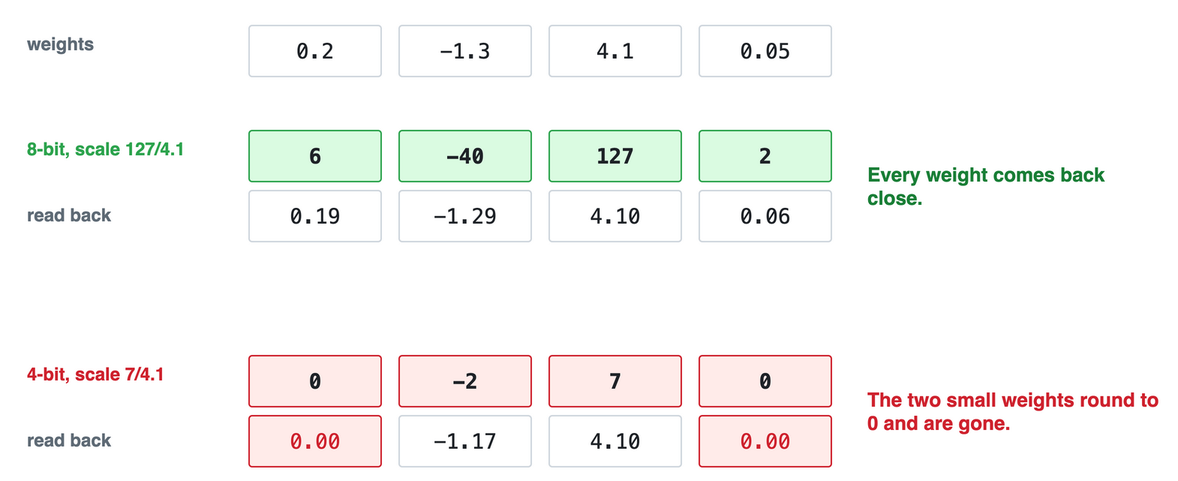
Earlier version of the draw.io export diagrams/quantization.drawio.png (jcanizalez/k8s-alert-triage). Source tidied: cells renumbered, new cells last; positions are measured from the earlier drawing's top-left corner, leaving out a move shared by most shapes.
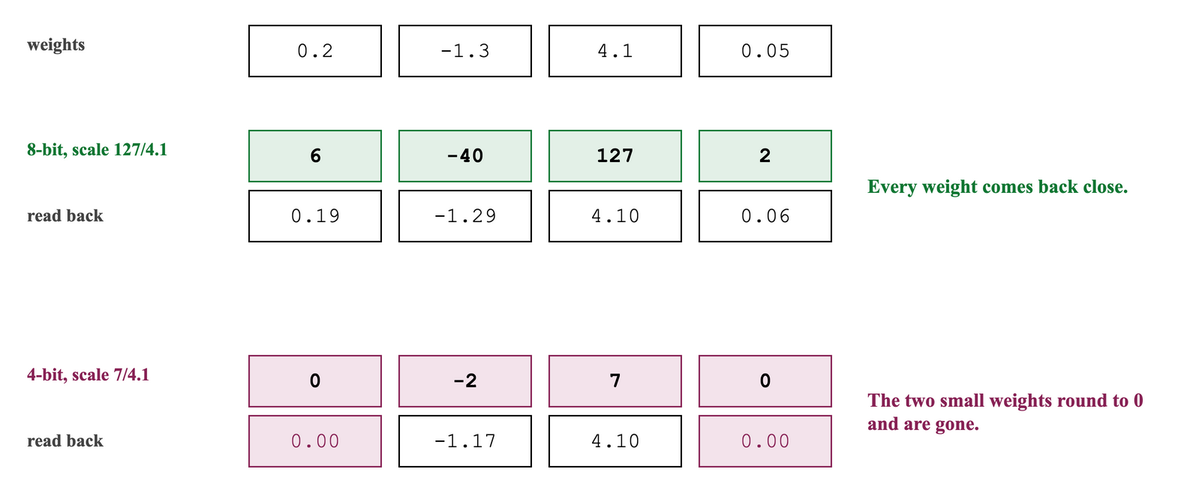
The same file after the commit.

Diff of the diagram source:
```diff
@@ -2,85 +2,85 @@
   <root>
     <mxCell id="0" />
     <mxCell id="1" parent="0" />
-    <mxCell id="2" value="weights" style="text;html=1;whiteSpace=wrap;fontColor=#5F6B76;fontSize=12;fontStyle=1;align=left;verticalAlign=middle;fontFamily=Helvetica;" parent="1" vertex="1">
+    <mxCell id="2" value="weights" style="text;html=1;whiteSpace=wrap;fontColor=#444444;fontSize=12;fontStyle=1;align=left;verticalAlign=middle;fontFamily=Times New Roman;" parent="1" vertex="1">
       <mxGeometry width="150" height="24" as="geometry" />
     </mxCell>
-    <mxCell id="3" value="0.2" style="rounded=1;arcSize=6;whiteSpace=wrap;html=1;fillColor=#FFFFFF;strokeColor=#D0D7DE;fontColor=#1F2328;fontSize=14;fontStyle=0;align=center;verticalAlign=middle;spacingLeft=8;spacingRight=8;fontFamily=Menlo;" parent="1" vertex="1">
+    <mxCell id="3" value="0.2" style="rounded=0;arcSize=6;whiteSpace=wrap;html=1;fillColor=#FFFFFF;strokeColor=#000000;strokeWidth=1;fontColor=#000000;fontSize=14;fontStyle=0;align=center;verticalAlign=middle;spacingLeft=8;spacingRight=8;fontFamily=Courier New;" parent="1" vertex="1">
       <mxGeometry x="150" width="88" height="34" as="geometry" />
     </mxCell>
-    <mxCell id="4" value="-1.3" style="rounded=1;arcSize=6;whiteSpace=wrap;html=1;fillColor=#FFFFFF;strokeColor=#D0D7DE;fontColor=#1F2328;fontSize=14;fontStyle=0;align=center;verticalAlign=middle;spacingLeft=8;spacingRight=8;fontFamily=Menlo;" parent="1" vertex="1">
+    <mxCell id="4" value="-1.3" style="rounded=0;arcSize=6;whiteSpace=wrap;html=1;fillColor=#FFFFFF;strokeColor=#000000;strokeWidth=1;fontColor=#000000;fontSize=14;fontStyle=0;align=center;verticalAlign=middle;spacingLeft=8;spacingRight=8;fontFamily=Courier New;" parent="1" vertex="1">
       <mxGeometry x="250" width="88" height="34" as="geometry" />
     </mxCell>
-    <mxCell id="5" value="4.1" style="rounded=1;arcSize=6;whiteSpace=wrap;html=1;fillColor=#FFFFFF;strokeColor=#D0D7DE;fontColor=#1F2328;fontSize=14;fontStyle=0;align=center;verticalAlign=middle;spacingLeft=8;spacingRight=8;fontFamily=Menlo;" parent="1" vertex="1">
+    <mxCell id="5" value="4.1" style="rounded=0;arcSize=6;whiteSpace=wrap;html=1;fillColor=#FFFFFF;strokeColor=#000000;strokeWidth=1;fontColor=#000000;fontSize=14;fontStyle=0;align=center;verticalAlign=middle;spacingLeft=8;spacingRight=8;fontFamily=Courier New;" parent="1" vertex="1">
       <mxGeometry x="350" width="88" height="34" as="geometry" />
     </mxCell>
-    <mxCell id="6" value="0.05" style="rounded=1;arcSize=6;whiteSpace=wrap;html=1;fillColor=#FFFFFF;strokeColor=#D0D7DE;fontColor=#1F2328;fontSize=14;fontStyle=0;align=center;verticalAlign=middle;spacingLeft=8;spacingRight=8;fontFamily=Menlo;" parent="1" vertex="1">
+    <mxCell id="6" value="0.05" style="rounded=0;arcSize=6;whiteSpace=wrap;html=1;fillColor=#FFFFFF;strokeColor=#000000;strokeWidth=1;fontColor=#000000;fontSize=14;fontStyle=0;align=center;verticalAlign=middle;spacingLeft=8;spacingRight=8;fontFamily=Courier New;" parent="1" vertex="1">
       <mxGeometry x="450" width="88" height="34" as="geometry" />
     </mxCell>
-    <mxCell id="7" value="8-bit, scale 127/4.1" style="text;html=1;whiteSpace=wrap;fontColor=#2DA44E;fontSize=12;fontStyle=1;align=left;verticalAlign=middle;fontFamily=Helvetica;" parent="1" vertex="1">
+    <mxCell id="7" value="8-bit, scale 127/4.1" style="text;html=1;whiteSpace=wrap;fontColor=#117733;fontSize=12;fontStyle=1;align=left;verticalAlign=middle;fontFamily=Times New Roman;" parent="1" vertex="1">
       <mxGeometry y="70" width="150" height="24" as="geometry" />
     </mxCell>
-    <mxCell id="8" value="read back" style="text;html=1;whiteSpace=wrap;fontColor=#5F6B76;fontSize=12;fontStyle=1;align=left;verticalAlign=middle;fontFamily=Helvetica;" parent="1" vertex="1">
+    <mxCell id="8" value="read back" style="text;html=1;whiteSpace=wrap;fontColor=#444444;fontSize=12;fontStyle=1;align=left;verticalAlign=middle;fontFamily=Times New Roman;" parent="1" vertex="1">
       <mxGeometry y="114" width="150" height="24" as="geometry" />
     </mxCell>
-    <mxCell id="9" value="6" style="rounded=1;arcSize=6;whiteSpace=wrap;html=1;fillColor=#DAFBE1;strokeColor=#2DA44E;fontColor=#1F2328;fontSize=14;fontStyle=1;align=center;verticalAlign=middle;spacingLeft=8;spacingRight=8;fontFamily=Menlo;" parent="1" vertex="1">
+    <mxCell id="9" value="6" style="rounded=0;arcSize=6;whiteSpace=wrap;html=1;fillColor=#E3F0E7;strokeColor=#117733;strokeWidth=1;fontColor=#000000;fontSize=14;fontStyle=1;align=center;verticalAlign=middle;spacingLeft=8;spacingRight=8;fontFamily=Courier New;" parent="1" vertex="1">
       <mxGeometry x="150" y="70" width="88" height="34" as="geometry" />
     </mxCell>
-    <mxCell id="10" value="0.19" style="rounded=1;arcSize=6;whiteSpace=wrap;html=1;fillColor=#FFFFFF;strokeColor=#D0D7DE;fontColor=#1F2328;fontSize=14;fontStyle=0;align=center;verticalAlign=middle;spacingLeft=8;spacingRight=8;fontFamily=Menlo;" parent="1" vertex="1">
+    <mxCell id="10" value="0.19" style="rounded=0;arcSize=6;whiteSpace=wrap;html=1;fillColor=#FFFFFF;strokeColor=#000000;strokeWidth=1;fontColor=#000000;fontSize=14;fontStyle=0;align=center;verticalAlign=middle;spacingLeft=8;spacingRight=8;fontFamily=Courier New;" parent="1" vertex="1">
       <mxGeometry x="150" y="110" width="88" height="34" as="geometry" />
     </mxCell>
-    <mxCell id="11" value="-40" style="rounded=1;arcSize=6;whiteSpace=wrap;html=1;fillColor=#DAFBE1;strokeColor=#2DA44E;fontColor=#1F2328;fontSize=14;fontStyle=1;align=center;verticalAlign=middle;spacingLeft=8;spacingRight=8;fontFamily=Menlo;" parent="1" vertex="1">
+    <mxCell id="11" value="-40" style="rounded=0;arcSize=6;whiteSpace=wrap;html=1;fillColor=#E3F0E7;strokeColor=#117733;strokeWidth=1;fontColor=#000000;fontSize=14;fontStyle=1;align=center;verticalAlign=middle;spacingLeft=8;spacingRight=8;fontFamily=Courier New;" parent="1" vertex="1">
       <mxGeometry x="250" y="70" width="88" height="34" as="geometry" />
     </mxCell>
-    <mxCell id="12" value="-1.29" style="rounded=1;arcSize=6;whiteSpace=wrap;html=1;fillColor=#FFFFFF;strokeColor=#D0D7DE;fontColor=#1F2328;fontSize=14;fontStyle=0;align=center;verticalAlign=middle;spacingLeft=8;spacingRight=8;fontFamily=Menlo;" parent="1" vertex="1">
+    <mxCell id="12" value="-1.29" style="rounded=0;arcSize=6;whiteSpace=wrap;html=1;fillColor=#FFFFFF;strokeColor=#000000;strokeWidth=1;fontColor=#000000;fontSize=14;fontStyle=0;align=center;verticalAlign=middle;spacingLeft=8;spacingRight=8;fontFamily=Courier New;" parent="1" vertex="1">
       <mxGeometry x="250" y="110" width="88" height="34" as="geometry" />
     </mxCell>
-    <mxCell id="13" value="127" style="rounded=1;arcSize=6;whiteSpace=wrap;html=1;fillColor=#DAFBE1;strokeColor=#2DA44E;fontColor=#1F2328;fontSize=14;fontStyle=1;align=center;verticalAlign=middle;spacingLeft=8;spacingRight=8;fontFamily=Menlo;" parent="1" vertex="1">
+    <mxCell id="13" value="127" style="rounded=0;arcSize=6;whiteSpace=wrap;html=1;fillColor=#E3F0E7;strokeColor=#117733;strokeWidth=1;fontColor=#000000;fontSize=14;fontStyle=1;align=center;verticalAlign=middle;spacingLeft=8;spacingRight=8;fontFamily=Courier New;" parent="1" vertex="1">
       <mxGeometry x="350" y="70" width="88" height="34" as="geometry" />
     </mxCell>
-    <mxCell id="14" value="4.10" style="rounded=1;arcSize=6;whiteSpace=wrap;html=1;fillColor=#FFFFFF;strokeColor=#D0D7DE;fontColor=#1F2328;fontSize=14;fontStyle=0;align=center;verticalAlign=middle;spacingLeft=8;spacingRight=8;fontFamily=Menlo;" parent="1" vertex="1">
+    <mxCell id="14" value="4.10" style="rounded=0;arcSize=6;whiteSpace=wrap;html=1;fillColor=#FFFFFF;strokeColor=#000000;strokeWidth=1;fontColor=#000000;fontSize=14;fontStyle=0;align=center;verticalAlign=middle;spacingLeft=8;spacingRight=8;fontFamily=Courier New;" parent="1" vertex="1">
       <mxGeometry x="350" y="110" width="88" height="34" as="geometry" />
     </mxCell>
-    <mxCell id="15" value="2" style="rounded=1;arcSize=6;whiteSpace=wrap;html=1;fillColor=#DAFBE1;strokeColor=#2DA44E;fontColor=#1F2328;fontSize=14;fontStyle=1;align=center;verticalAlign=middle;spacingLeft=8;spacingRight=8;fontFamily=Menlo;" parent="1" vertex="1">
+    <mxCell id="15" value="2" style="rounded=0;arcSize=6;whiteSpace=wrap;html=1;fillColor=#E3F0E7;strokeColor=#117733;strokeWidth=1;fontColor=#000000;fontSize=14;fontStyle=1;align=center;verticalAlign=middle;spacingLeft=8;spacingRight=8;fontFamily=Courier New;" parent="1" vertex="1">
       <mxGeometry x="450" y="70" width="88" height="34" as="geometry" />
     </mxCell>
-    <mxCell id="16" value="0.06" style="rounded=1;arcSize=6;whiteSpace=wrap;html=1;fillColor=#FFFFFF;strokeColor=#D0D7DE;fontColor=#1F2328;fontSize=14;fontStyle=0;align=center;verticalAlign=middle;spacingLeft=8;spacingRight=8;fontFamily=Menlo;" parent="1" vertex="1">
+    <mxCell id="16" value="0.06" style="rounded=0;arcSize=6;whiteSpace=wrap;html=1;fillColor=#FFFFFF;strokeColor=#000000;strokeWidth=1;fontColor=#000000;fontSize=14;fontStyle=0;align=center;verticalAlign=middle;spacingLeft=8;spacingRight=8;fontFamily=Courier New;" parent="1" vertex="1">
       <mxGeometry x="450" y="110" width="88" height="34" as="geometry" />
     </mxCell>
-    <mxCell id="17" value="4-bit, scale 7/4.1" style="text;html=1;whiteSpace=wrap;fontColor=#CF222E;fontSize=12;fontStyle=1;align=left;verticalAlign=middle;fontFamily=Helvetica;" parent="1" vertex="1">
+    <mxCell id="17" value="4-bit, scale 7/4.1" style="text;html=1;whiteSpace=wrap;fontColor=#882255;fontSize=12;fontStyle=1;align=left;verticalAlign=middle;fontFamily=Times New Roman;" parent="1" vertex="1">
       <mxGeometry y="220" width="150" height="24" as="geometry" />
     </mxCell>
-    <mxCell id="18" value="read back" style="text;html=1;whiteSpace=wrap;fontColor=#5F6B76;fontSize=12;fontStyle=1;align=left;verticalAlign=middle;fontFamily=Helvetica;" parent="1" vertex="1">
+    <mxCell id="18" value="read back" style="text;html=1;whiteSpace=wrap;fontColor=#444444;fontSize=12;fontStyle=1;align=left;verticalAlign=middle;fontFamily=Times New Roman;" parent="1" vertex="1">
       <mxGeometry y="264" width="150" height="24" as="geometry" />
     </mxCell>
-    <mxCell id="19" value="0" style="rounded=1;arcSize=6;whiteSpace=wrap;html=1;fillColor=#FFEBE9;strokeColor=#CF222E;fontColor=#1F2328;fontSize=14;fontStyle=1;align=center;verticalAlign=middle;spacingLeft=8;spacingRight=8;fontFamily=Menlo;" parent="1" vertex="1">
+    <mxCell id="19" value="0" style="rounded=0;arcSize=6;whiteSpace=wrap;html=1;fillColor=#F3E3EB;strokeColor=#882255;strokeWidth=1;fontColor=#000000;fontSize=14;fontStyle=1;align=center;verticalAlign=middle;spacingLeft=8;spacingRight=8;fontFamily=Courier New;" parent="1" vertex="1">
       <mxGeometry x="150" y="220" width="88" height="34" as="geometry" />
     </mxCell>
-    <mxCell id="20" value="0.00" style="rounded=1;arcSize=6;whiteSpace=wrap;html=1;fillColor=#FFEBE9;strokeColor=#CF222E;fontColor=#CF222E;fontSize=14;fontStyle=0;align=center;verticalAlign=middle;spacingLeft=8;spacingRight=8;fontFamily=Menlo;" parent="1" vertex="1">
+    <mxCell id="20" value="0.00" style="rounded=0;arcSize=6;whiteSpace=wrap;html=1;fillColor=#F3E3EB;strokeColor=#882255;strokeWidth=1;fontColor=#882255;fontSize=14;fontStyle=0;align=center;verticalAlign=middle;spacingLeft=8;spacingRight=8;fontFamily=Courier New;" parent="1" vertex="1">
       <mxGeometry x="150" y="260" width="88" height="34" as="geometry" />
     </mxCell>
-    <mxCell id="21" value="-2" style="rounded=1;arcSize=6;whiteSpace=wrap;html=1;fillColor=#FFEBE9;strokeColor=#CF222E;fontColor=#1F2328;fontSize=14;fontStyle=1;align=center;verticalAlign=middle;spacingLeft=8;spacingRight=8;fontFamily=Menlo;" parent="1" vertex="1">
+    <mxCell id="21" value="-2" style="rounded=0;arcSize=6;whiteSpace=wrap;html=1;fillColor=#F3E3EB;strokeColor=#882255;strokeWidth=1;fontColor=#000000;fontSize=14;fontStyle=1;align=center;verticalAlign=middle;spacingLeft=8;spacingRight=8;fontFamily=Courier New;" parent="1" vertex="1">
       <mxGeometry x="250" y="220" width="88" height="34" as="geometry" />
     </mxCell>
-    <mxCell id="22" value="-1.17" style="rounded=1;arcSize=6;whiteSpace=wrap;html=1;fillColor=#FFFFFF;strokeColor=#D0D7DE;fontColor=#1F2328;fontSize=14;fontStyle=0;align=center;verticalAlign=middle;spacingLeft=8;spacingRight=8;fontFamily=Menlo;" parent="1" vertex="1">
+    <mxCell id="22" value="-1.17" style="rounded=0;arcSize=6;whiteSpace=wrap;html=1;fillColor=#FFFFFF;strokeColor=#000000;strokeWidth=1;fontColor=#000000;fontSize=14;fontStyle=0;align=center;verticalAlign=middle;spacingLeft=8;spacingRight=8;fontFamily=Courier New;" parent="1" vertex="1">
       <mxGeometry x="250" y="260" width="88" height="34" as="geometry" />
     </mxCell>
-    <mxCell id="23" value="7" style="rounded=1;arcSize=6;whiteSpace=wrap;html=1;fillColor=#FFEBE9;strokeColor=#CF222E;fontColor=#1F2328;fontSize=14;fontStyle=1;align=center;verticalAlign=middle;spacingLeft=8;spacingRight=8;fontFamily=Menlo;" parent="1" vertex="1">
+    <mxCell id="23" value="7" style="rounded=0;arcSize=6;whiteSpace=wrap;html=1;fillColor=#F3E3EB;strokeColor=#882255;strokeWidth=1;fontColor=#000000;fontSize=14;fontStyle=1;align=center;verticalAlign=middle;spacingLeft=8;spacingRight=8;fontFamily=Courier New;" parent="1" vertex="1">
       <mxGeometry x="350" y="220" width="88" height="34" as="geometry" />
     </mxCell>
-    <mxCell id="24" value="4.10" style="rounded=1;arcSize=6;whiteSpace=wrap;html=1;fillColor=#FFFFFF;strokeColor=#D0D7DE;fontColor=#1F2328;fontSize=14;fontStyle=0;align=center;verticalAlign=middle;spacingLeft=8;spacingRight=8;fontFamily=Menlo;" parent="1" vertex="1">
+    <mxCell id="24" value="4.10" style="rounded=0;arcSize=6;whiteSpace=wrap;html=1;fillColor=#FFFFFF;strokeColor=#000000;strokeWidth=1;fontColor=#000000;fontSize=14;fontStyle=0;align=center;verticalAlign=middle;spacingLeft=8;spacingRight=8;fontFamily=Courier New;" parent="1" vertex="1">
       <mxGeometry x="350" y="260" width="88" height="34" as="geometry" />
     </mxCell>
-    <mxCell id="25" value="0" style="rounded=1;arcSize=6;whiteSpace=wrap;html=1;fillColor=#FFEBE9;strokeColor=#CF222E;fontColor=#1F2328;fontSize=14;fontStyle=1;align=center;verticalAlign=middle;spacingLeft=8;spacingRight=8;fontFamily=Menlo;" parent="1" vertex="1">
+    <mxCell id="25" value="0" style="rounded=0;arcSize=6;whiteSpace=wrap;html=1;fillColor=#F3E3EB;strokeColor=#882255;strokeWidth=1;fontColor=#000000;fontSize=14;fontStyle=1;align=center;verticalAlign=middle;spacingLeft=8;spacingRight=8;fontFamily=Courier New;" parent="1" vertex="1">
       <mxGeometry x="450" y="220" width="88" height="34" as="geometry" />
     </mxCell>
-    <mxCell id="26" value="0.00" style="rounded=1;arcSize=6;whiteSpace=wrap;html=1;fillColor=#FFEBE9;strokeColor=#CF222E;fontColor=#CF222E;fontSize=14;fontStyle=0;align=center;verticalAlign=middle;spacingLeft=8;spacingRight=8;fontFamily=Menlo;" parent="1" vertex="1">
+    <mxCell id="26" value="0.00" style="rounded=0;arcSize=6;whiteSpace=wrap;html=1;fillColor=#F3E3EB;strokeColor=#882255;strokeWidth=1;fontColor=#882255;fontSize=14;fontStyle=0;align=center;verticalAlign=middle;spacingLeft=8;spacingRight=8;fontFamily=Courier New;" parent="1" vertex="1">
       <mxGeometry x="450" y="260" width="88" height="34" as="geometry" />
     </mxCell>
-    <mxCell id="27" value="Every weight comes back close." style="text;html=1;whiteSpace=wrap;fontColor=#1A7F37;fontSize=13;fontStyle=1;align=left;verticalAlign=middle;fontFamily=Helvetica;" parent="1" vertex="1">
+    <mxCell id="27" value="Every weight comes back close." style="text;html=1;whiteSpace=wrap;fontColor=#117733;fontSize=13;fontStyle=1;align=left;verticalAlign=middle;fontFamily=Times New Roman;" parent="1" vertex="1">
       <mxGeometry x="560" y="70" width="200" height="74" as="geometry" />
     </mxCell>
-    <mxCell id="28" value="The two small weights round to 0 and are gone." style="text;html=1;whiteSpace=wrap;fontColor=#CF222E;fontSize=13;fontStyle=1;align=left;verticalAlign=middle;fontFamily=Helvetica;" parent="1" vertex="1">
+    <mxCell id="28" value="The two small weights round to 0 and are gone." style="text;html=1;whiteSpace=wrap;fontColor=#882255;fontSize=13;fontStyle=1;align=left;verticalAlign=middle;fontFamily=Times New Roman;" parent="1" vertex="1">
       <mxGeometry x="560" y="220" width="200" height="74" as="geometry" />
     </mxCell>
   </root>
```
